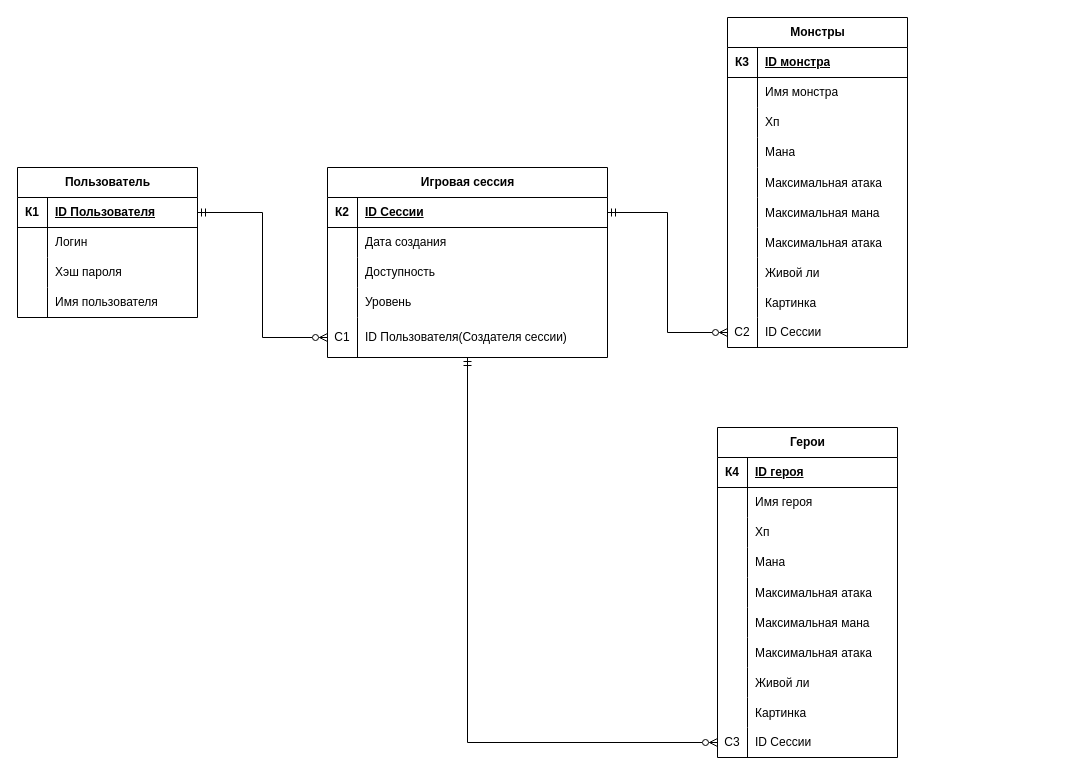
Above: page "Страница — 2" (2 of 3) of database_diagram.drawio in 44656e6973/JavaSpringGame (draw.io), before the change. Source tidied: cells renumbered, new cells numbered last; positions are measured from the earlier drawing's top-left corner, leaving out a move shared by most shapes. Both pictures are drawn from the tidied source at 100%, with x=0, y=0 at pixel (17, 17).
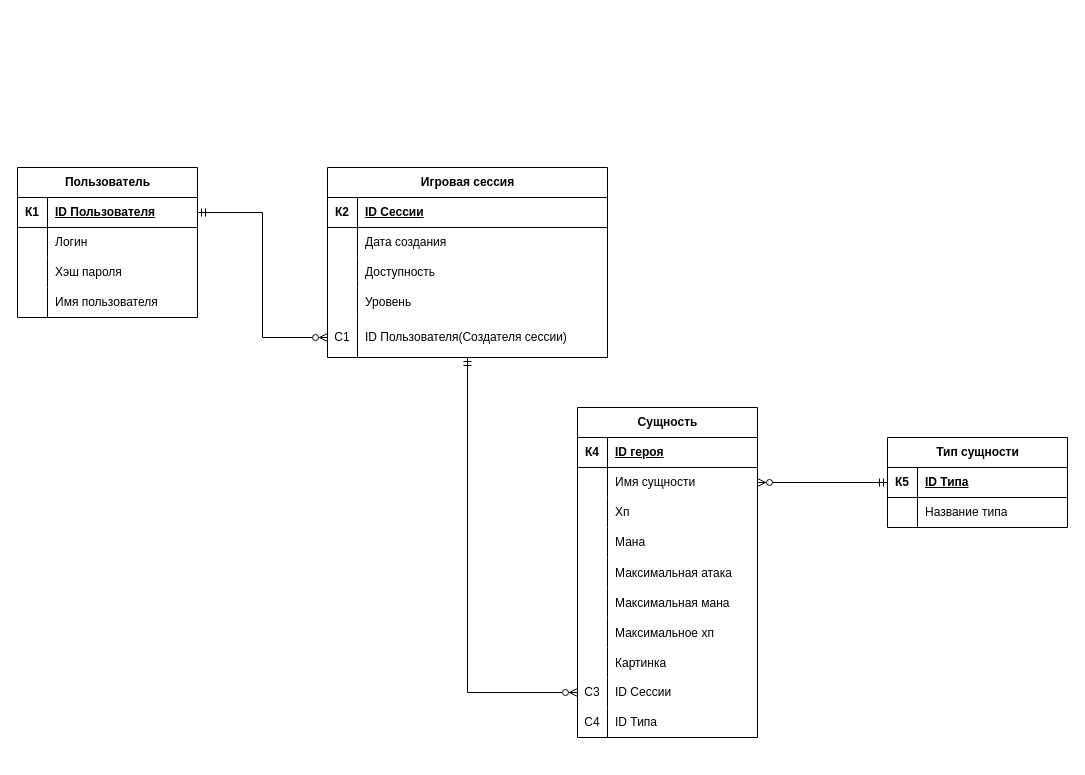
Above is the later version.

Unchanged cells that the change refers to:
```xml
<mxCell id="17" style="shape=tableRow;horizontal=0;startSize=0;swimlaneHead=0;swimlaneBody=0;fillColor=none;points=[[0,0.5],[1,0.5]];portConstraint=eastwest;top=0;left=0;right=0;bottom=1;" parent="16" vertex="1">
  <mxGeometry y="30" width="280" height="30" as="geometry" />
</mxCell>
<mxCell id="68" style="shape=tableRow;horizontal=0;startSize=0;swimlaneHead=0;swimlaneBody=0;fillColor=none;points=[[0,0.5],[1,0.5]];portConstraint=eastwest;top=0;left=0;right=0;bottom=0;" parent="64" vertex="1">
  <mxGeometry y="60" width="180" height="30" as="geometry" />
</mxCell>
<mxCell id="83" style="shape=tableRow;horizontal=0;startSize=0;swimlaneHead=0;swimlaneBody=0;fillColor=none;top=0;left=0;right=0;bottom=0;" parent="64" vertex="1">
  <mxGeometry y="210" width="180" height="30" as="geometry" />
</mxCell>
```

The edit, as a diff of the source:
```diff
@@
-    <mxCell id="32" value="Монстры" style="shape=table;startSize=30;childLayout=tableLayout;rowLines=0;fontStyle=1;align=center;html=1;" parent="1" vertex="1">
-      <mxGeometry x="710" width="180" height="330" as="geometry" />
-    </mxCell>
-    <mxCell id="33" style="shape=tableRow;horizontal=0;startSize=0;swimlaneHead=0;swimlaneBody=0;fillColor=none;points=[[0,0.5],[1,0.5]];portConstraint=eastwest;top=0;left=0;right=0;bottom=1;" parent="32" vertex="1">
-      <mxGeometry y="30" width="180" height="30" as="geometry" />
-    </mxCell>
-    <mxCell id="34" value="К3" style="shape=partialRectangle;fillColor=none;top=0;left=0;bottom=0;right=0;fontStyle=1;overflow=hidden;whiteSpace=wrap;html=1;" parent="33" vertex="1">
-      <mxGeometry width="30" height="30" as="geometry" />
-    </mxCell>
-    <mxCell id="35" value="ID монстра" style="shape=partialRectangle;fillColor=none;top=0;left=0;bottom=0;right=0;align=left;spacingLeft=6;fontStyle=5;overflow=hidden;whiteSpace=wrap;html=1;" parent="33" vertex="1">
-      <mxGeometry x="30" width="150" height="30" as="geometry" />
-    </mxCell>
-    <mxCell id="36" style="shape=tableRow;horizontal=0;startSize=0;swimlaneHead=0;swimlaneBody=0;fillColor=none;top=0;left=0;right=0;bottom=0;" parent="32" vertex="1">
-      <mxGeometry y="60" width="180" height="30" as="geometry" />
-    </mxCell>
-    <mxCell id="37" style="shape=partialRectangle;fillColor=none;top=0;left=0;bottom=0;right=0;overflow=hidden;whiteSpace=wrap;html=1;" parent="36" vertex="1">
-      <mxGeometry width="30" height="30" as="geometry" />
-    </mxCell>
-    <mxCell id="38" value="Имя монстра" style="shape=partialRectangle;fillColor=none;top=0;left=0;bottom=0;right=0;align=left;spacingLeft=6;overflow=hidden;whiteSpace=wrap;html=1;" parent="36" vertex="1">
-      <mxGeometry x="30" width="150" height="30" as="geometry" />
-    </mxCell>
-    <mxCell id="39" style="shape=tableRow;horizontal=0;startSize=0;swimlaneHead=0;swimlaneBody=0;fillColor=none;top=0;left=0;right=0;bottom=0;" parent="32" vertex="1">
-      <mxGeometry y="90" width="180" height="30" as="geometry" />
-    </mxCell>
-    <mxCell id="40" style="shape=partialRectangle;fillColor=none;top=0;left=0;bottom=0;right=0;overflow=hidden;whiteSpace=wrap;html=1;" parent="39" vertex="1">
-      <mxGeometry width="30" height="30" as="geometry" />
-    </mxCell>
-    <mxCell id="41" value="Хп" style="shape=partialRectangle;fillColor=none;top=0;left=0;bottom=0;right=0;align=left;spacingLeft=6;overflow=hidden;whiteSpace=wrap;html=1;" parent="39" vertex="1">
-      <mxGeometry x="30" width="150" height="30" as="geometry" />
-    </mxCell>
-    <mxCell id="42" style="shape=tableRow;horizontal=0;startSize=0;swimlaneHead=0;swimlaneBody=0;fillColor=none;top=0;left=0;right=0;bottom=0;" parent="32" vertex="1">
-      <mxGeometry y="120" width="180" height="30" as="geometry" />
-    </mxCell>
-    <mxCell id="43" style="shape=partialRectangle;fillColor=none;top=0;left=0;bottom=0;right=0;overflow=hidden;whiteSpace=wrap;html=1;" parent="42" vertex="1">
-      <mxGeometry width="30" height="30" as="geometry" />
-    </mxCell>
-    <mxCell id="44" value="Мана" style="shape=partialRectangle;fillColor=none;top=0;left=0;bottom=0;right=0;align=left;spacingLeft=6;overflow=hidden;whiteSpace=wrap;html=1;" parent="42" vertex="1">
-      <mxGeometry x="30" width="150" height="30" as="geometry" />
-    </mxCell>
-    <mxCell id="45" style="shape=tableRow;horizontal=0;startSize=0;swimlaneHead=0;swimlaneBody=0;fillColor=none;top=0;left=0;right=0;bottom=0;" parent="32" vertex="1">
-      <mxGeometry y="150" width="180" height="30" as="geometry" />
-    </mxCell>
-    <mxCell id="46" style="shape=partialRectangle;fillColor=none;top=0;left=0;bottom=0;right=0;overflow=hidden;" parent="45" vertex="1">
-      <mxGeometry width="30" height="30" as="geometry" />
-    </mxCell>
-    <mxCell id="47" value="Максимальная атака" style="shape=partialRectangle;fillColor=none;top=0;left=0;bottom=0;right=0;align=left;spacingLeft=6;overflow=hidden;" parent="45" vertex="1">
-      <mxGeometry x="30" width="150" height="30" as="geometry" />
-    </mxCell>
-    <mxCell id="48" style="shape=tableRow;horizontal=0;startSize=0;swimlaneHead=0;swimlaneBody=0;fillColor=none;top=0;left=0;right=0;bottom=0;" parent="32" vertex="1">
-      <mxGeometry y="180" width="180" height="30" as="geometry" />
-    </mxCell>
-    <mxCell id="49" style="shape=partialRectangle;fillColor=none;top=0;left=0;bottom=0;right=0;overflow=hidden;" parent="48" vertex="1">
-      <mxGeometry width="30" height="30" as="geometry" />
-    </mxCell>
-    <mxCell id="50" value="Максимальная мана" style="shape=partialRectangle;fillColor=none;top=0;left=0;bottom=0;right=0;align=left;spacingLeft=6;overflow=hidden;" parent="48" vertex="1">
-      <mxGeometry x="30" width="150" height="30" as="geometry" />
-    </mxCell>
-    <mxCell id="51" style="shape=tableRow;horizontal=0;startSize=0;swimlaneHead=0;swimlaneBody=0;fillColor=none;top=0;left=0;right=0;bottom=0;" parent="32" vertex="1">
-      <mxGeometry y="210" width="180" height="30" as="geometry" />
-    </mxCell>
-    <mxCell id="52" style="shape=partialRectangle;fillColor=none;top=0;left=0;bottom=0;right=0;overflow=hidden;" parent="51" vertex="1">
-      <mxGeometry width="30" height="30" as="geometry" />
-    </mxCell>
-    <mxCell id="53" value="Максимальная атака" style="shape=partialRectangle;fillColor=none;top=0;left=0;bottom=0;right=0;align=left;spacingLeft=6;overflow=hidden;" parent="51" vertex="1">
-      <mxGeometry x="30" width="150" height="30" as="geometry" />
-    </mxCell>
-    <mxCell id="54" style="shape=tableRow;horizontal=0;startSize=0;swimlaneHead=0;swimlaneBody=0;fillColor=none;top=0;left=0;right=0;bottom=0;" parent="32" vertex="1">
-      <mxGeometry y="240" width="180" height="30" as="geometry" />
-    </mxCell>
-    <mxCell id="55" style="shape=partialRectangle;fillColor=none;top=0;left=0;bottom=0;right=0;overflow=hidden;" parent="54" vertex="1">
-      <mxGeometry width="30" height="30" as="geometry" />
-    </mxCell>
-    <mxCell id="56" value="Живой ли" style="shape=partialRectangle;fillColor=none;top=0;left=0;bottom=0;right=0;align=left;spacingLeft=6;overflow=hidden;" parent="54" vertex="1">
-      <mxGeometry x="30" width="150" height="30" as="geometry" />
-    </mxCell>
-    <mxCell id="57" style="shape=tableRow;horizontal=0;startSize=0;swimlaneHead=0;swimlaneBody=0;fillColor=none;top=0;left=0;right=0;bottom=0;" parent="32" vertex="1">
-      <mxGeometry y="270" width="180" height="30" as="geometry" />
-    </mxCell>
-    <mxCell id="58" style="shape=partialRectangle;fillColor=none;top=0;left=0;bottom=0;right=0;overflow=hidden;" parent="57" vertex="1">
-      <mxGeometry width="30" height="30" as="geometry" />
-    </mxCell>
-    <mxCell id="59" value="Картинка" style="shape=partialRectangle;fillColor=none;top=0;left=0;bottom=0;right=0;align=left;spacingLeft=6;overflow=hidden;" parent="57" vertex="1">
-      <mxGeometry x="30" width="150" height="30" as="geometry" />
-    </mxCell>
-    <mxCell id="60" style="shape=tableRow;horizontal=0;startSize=0;swimlaneHead=0;swimlaneBody=0;fillColor=none;points=[[0,0.5],[1,0.5]];portConstraint=eastwest;top=0;left=0;right=0;bottom=0;" parent="32" vertex="1">
-      <mxGeometry y="300" width="180" height="30" as="geometry" />
-    </mxCell>
-    <mxCell id="61" value="С2" style="shape=partialRectangle;fillColor=none;top=0;left=0;bottom=0;right=0;fontStyle=0;overflow=hidden;whiteSpace=wrap;html=1;" parent="60" vertex="1">
-      <mxGeometry width="30" height="30" as="geometry" />
-    </mxCell>
-    <mxCell id="62" value="ID Сессии" style="shape=partialRectangle;fillColor=none;top=0;left=0;bottom=0;right=0;align=left;spacingLeft=6;fontStyle=0;overflow=hidden;whiteSpace=wrap;html=1;" parent="60" vertex="1">
-      <mxGeometry x="30" width="150" height="30" as="geometry" />
-    </mxCell>
@@
-    <mxCell id="64" value="Герои" style="shape=table;startSize=30;childLayout=tableLayout;rowLines=0;fontStyle=1;align=center;html=1;" parent="1" vertex="1">
-      <mxGeometry x="700" y="410" width="180" height="330" as="geometry" />
+    <mxCell id="64" value="Сущность" style="shape=table;startSize=30;childLayout=tableLayout;rowLines=0;fontStyle=1;align=center;html=1;" parent="1" vertex="1">
+      <mxGeometry x="560" y="390" width="180" height="330" as="geometry" />
     </mxCell>
@@
-    <mxCell id="70" value="Имя героя" style="shape=partialRectangle;fillColor=none;top=0;left=0;bottom=0;right=0;align=left;spacingLeft=6;overflow=hidden;whiteSpace=wrap;html=1;" parent="68" vertex="1">
+    <mxCell id="70" value="Имя сущности" style="shape=partialRectangle;fillColor=none;top=0;left=0;bottom=0;right=0;align=left;spacingLeft=6;overflow=hidden;whiteSpace=wrap;html=1;" parent="68" vertex="1">
       <mxGeometry x="30" width="150" height="30" as="geometry" />
     </mxCell>
@@
-    <mxCell id="85" value="Максимальная атака" style="shape=partialRectangle;fillColor=none;top=0;left=0;bottom=0;right=0;align=left;spacingLeft=6;overflow=hidden;" parent="83" vertex="1">
+    <mxCell id="85" value="Максимальное хп" style="shape=partialRectangle;fillColor=none;top=0;left=0;bottom=0;right=0;align=left;spacingLeft=6;overflow=hidden;" parent="83" vertex="1">
       <mxGeometry x="30" width="150" height="30" as="geometry" />
     </mxCell>
-    <mxCell id="86" style="shape=tableRow;horizontal=0;startSize=0;swimlaneHead=0;swimlaneBody=0;fillColor=none;top=0;left=0;right=0;bottom=0;" parent="64" vertex="1">
-      <mxGeometry y="240" width="180" height="30" as="geometry" />
-    </mxCell>
-    <mxCell id="87" style="shape=partialRectangle;fillColor=none;top=0;left=0;bottom=0;right=0;overflow=hidden;" parent="86" vertex="1">
-      <mxGeometry width="30" height="30" as="geometry" />
-    </mxCell>
-    <mxCell id="88" value="Живой ли" style="shape=partialRectangle;fillColor=none;top=0;left=0;bottom=0;right=0;align=left;spacingLeft=6;overflow=hidden;" parent="86" vertex="1">
-      <mxGeometry x="30" width="150" height="30" as="geometry" />
-    </mxCell>
     <mxCell id="89" style="shape=tableRow;horizontal=0;startSize=0;swimlaneHead=0;swimlaneBody=0;fillColor=none;top=0;left=0;right=0;bottom=0;" parent="64" vertex="1">
-      <mxGeometry y="270" width="180" height="30" as="geometry" />
+      <mxGeometry y="240" width="180" height="30" as="geometry" />
     </mxCell>
@@
     <mxCell id="92" style="shape=tableRow;horizontal=0;startSize=0;swimlaneHead=0;swimlaneBody=0;fillColor=none;points=[[0,0.5],[1,0.5]];portConstraint=eastwest;top=0;left=0;right=0;bottom=0;" parent="64" vertex="1">
-      <mxGeometry y="300" width="180" height="30" as="geometry" />
+      <mxGeometry y="270" width="180" height="30" as="geometry" />
     </mxCell>
@@
-    <mxCell id="95" style="edgeStyle=orthogonalEdgeStyle;rounded=0;jettySize=auto;html=1;entryX=0;entryY=0.5;entryDx=0;entryDy=0;startArrow=ERmandOne;startFill=0;endArrow=ERzeroToMany;endFill=0;" parent="1" edge="1" source="17" target="60">
-      <mxGeometry relative="1" as="geometry" />
-    </mxCell>
+    <mxCell id="60" style="shape=tableRow;horizontal=0;startSize=0;swimlaneHead=0;swimlaneBody=0;fillColor=none;points=[[0,0.5],[1,0.5]];portConstraint=eastwest;top=0;left=0;right=0;bottom=0;" parent="64" vertex="1">
+      <mxGeometry y="300" width="180" height="30" as="geometry" />
+    </mxCell>
+    <mxCell id="96" value="С4" style="shape=partialRectangle;fillColor=none;top=0;left=0;bottom=0;right=0;fontStyle=0;overflow=hidden;whiteSpace=wrap;html=1;" parent="60" vertex="1">
+      <mxGeometry width="30" height="30" as="geometry" />
+    </mxCell>
+    <mxCell id="97" value="ID Типа" style="shape=partialRectangle;fillColor=none;top=0;left=0;bottom=0;right=0;align=left;spacingLeft=6;fontStyle=0;overflow=hidden;whiteSpace=wrap;html=1;" parent="60" vertex="1">
+      <mxGeometry x="30" width="150" height="30" as="geometry" />
+    </mxCell>
+    <mxCell id="98" value="Тип сущности" style="shape=table;startSize=30;childLayout=tableLayout;rowLines=0;fontStyle=1;align=center;html=1;" parent="1" vertex="1">
+      <mxGeometry x="870" y="420" width="180" height="90" as="geometry" />
+    </mxCell>
+    <mxCell id="33" style="shape=tableRow;horizontal=0;startSize=0;swimlaneHead=0;swimlaneBody=0;fillColor=none;points=[[0,0.5],[1,0.5]];portConstraint=eastwest;top=0;left=0;right=0;bottom=1;" parent="98" vertex="1">
+      <mxGeometry y="30" width="180" height="30" as="geometry" />
+    </mxCell>
+    <mxCell id="99" value="К5" style="shape=partialRectangle;fillColor=none;top=0;left=0;bottom=0;right=0;fontStyle=1;overflow=hidden;whiteSpace=wrap;html=1;" parent="33" vertex="1">
+      <mxGeometry width="30" height="30" as="geometry" />
+    </mxCell>
+    <mxCell id="100" value="ID Типа" style="shape=partialRectangle;fillColor=none;top=0;left=0;bottom=0;right=0;align=left;spacingLeft=6;fontStyle=5;overflow=hidden;whiteSpace=wrap;html=1;" parent="33" vertex="1">
+      <mxGeometry x="30" width="150" height="30" as="geometry" />
+    </mxCell>
+    <mxCell id="36" style="shape=tableRow;horizontal=0;startSize=0;swimlaneHead=0;swimlaneBody=0;fillColor=none;top=0;left=0;right=0;bottom=0;" parent="98" vertex="1">
+      <mxGeometry y="60" width="180" height="30" as="geometry" />
+    </mxCell>
+    <mxCell id="101" style="shape=partialRectangle;fillColor=none;top=0;left=0;bottom=0;right=0;overflow=hidden;whiteSpace=wrap;html=1;" parent="36" vertex="1">
+      <mxGeometry width="30" height="30" as="geometry" />
+    </mxCell>
+    <mxCell id="102" value="Название типа" style="shape=partialRectangle;fillColor=none;top=0;left=0;bottom=0;right=0;align=left;spacingLeft=6;overflow=hidden;whiteSpace=wrap;html=1;" parent="36" vertex="1">
+      <mxGeometry x="30" width="150" height="30" as="geometry" />
+    </mxCell>
+    <mxCell id="103" style="edgeStyle=orthogonalEdgeStyle;rounded=0;jettySize=auto;html=1;entryX=1;entryY=0.5;entryDx=0;entryDy=0;startArrow=ERmandOne;startFill=0;endArrow=ERzeroToMany;endFill=0;" parent="1" edge="1" source="33" target="68">
+      <mxGeometry relative="1" as="geometry" />
+    </mxCell>
```
